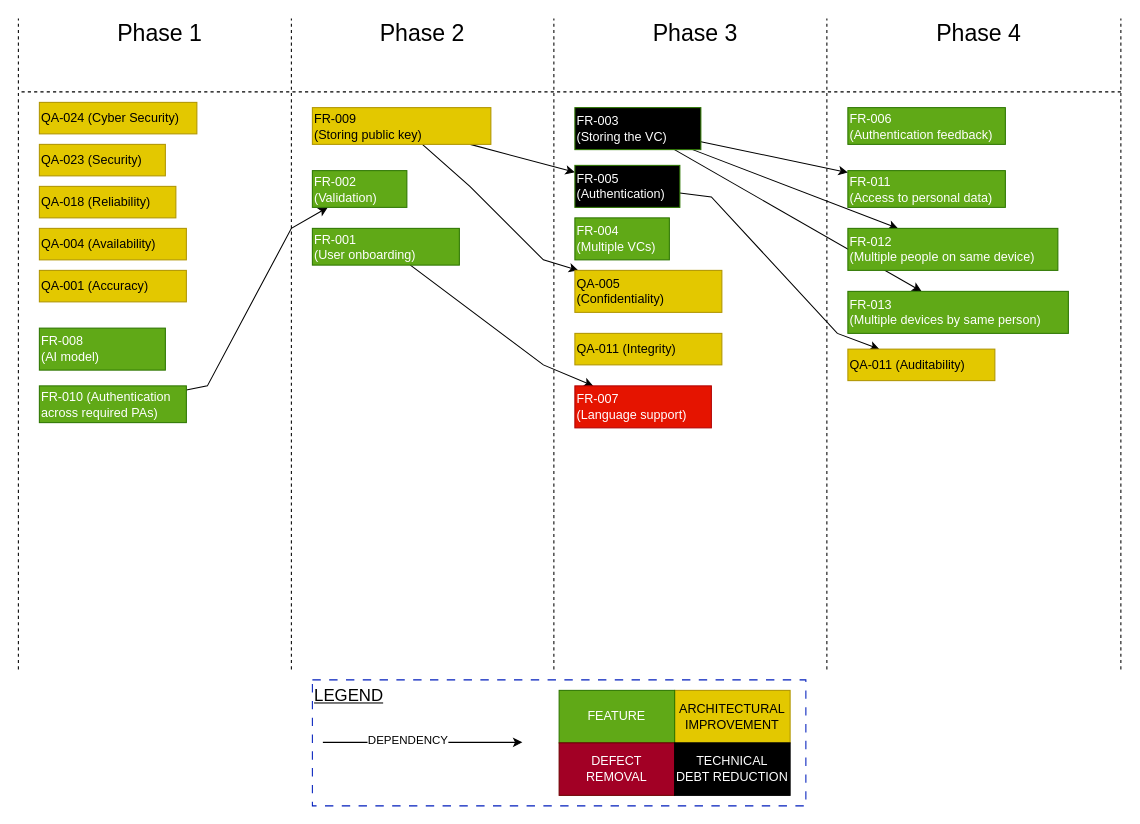
Dorfultariant/Architecture_Diagrams keeps this draw.io diagram as Roadmap.drawio. Above is the earlier version. Source tidied: cells renumbered, new cells numbered last; positions are measured from the earlier drawing's top-left corner, leaving out a move shared by most shapes. Both pictures are drawn from the tidied source at 105%, with x=0, y=0 at pixel (18, 18).
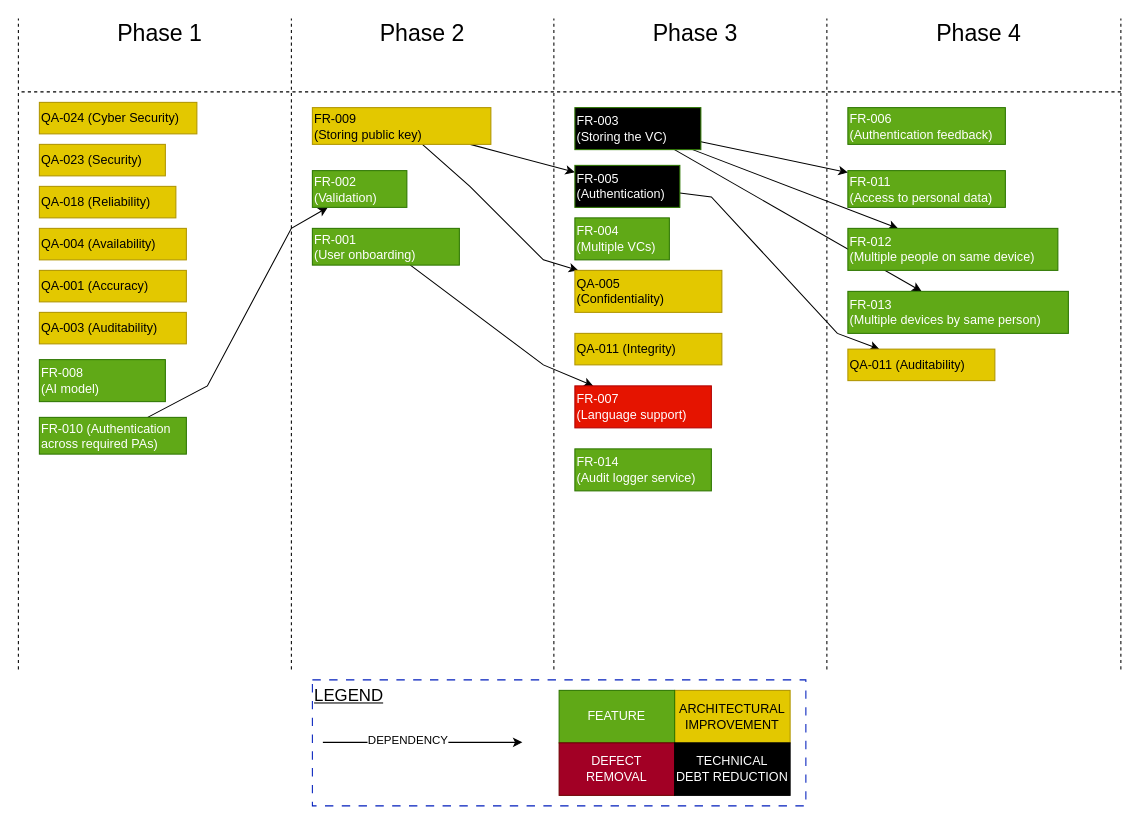
After the change.

Change to the diagram source:
```diff
@@
     <mxCell id="20" value="FR-008&amp;nbsp;&lt;div&gt;(AI model) &lt;/div&gt;" style="whiteSpace=wrap;html=1;fillColor=#60a917;fontColor=#ffffff;strokeColor=#2D7600;align=left;" parent="1" vertex="1">
-      <mxGeometry x="20" y="295" width="120" height="40" as="geometry" />
+      <mxGeometry x="20" y="325" width="120" height="40" as="geometry" />
     </mxCell>
@@
     <mxCell id="22" value="FR-010 (Authentication&amp;nbsp;&lt;div&gt;across required PAs) &lt;/div&gt;" style="whiteSpace=wrap;html=1;fillColor=#60a917;fontColor=#ffffff;strokeColor=#2D7600;align=left;" parent="1" vertex="1">
-      <mxGeometry x="20" y="350" width="140" height="35" as="geometry" />
+      <mxGeometry x="20" y="380" width="140" height="35" as="geometry" />
     </mxCell>
@@
+    <mxCell id="49" value=" QA-003 (Auditability)" style="whiteSpace=wrap;html=1;fillColor=#e3c800;fontColor=#000000;strokeColor=#B09500;align=left;" parent="1" vertex="1">
+      <mxGeometry x="20" y="280" width="140" height="30" as="geometry" />
+    </mxCell>
+    <mxCell id="50" value="FR-014&amp;nbsp;&lt;div&gt;(Audit logger service) &lt;/div&gt;" style="whiteSpace=wrap;html=1;fillColor=#60a917;fontColor=#ffffff;strokeColor=#2D7600;align=left;" parent="1" vertex="1">
+      <mxGeometry x="530" y="410" width="130" height="40" as="geometry" />
+    </mxCell>
```
